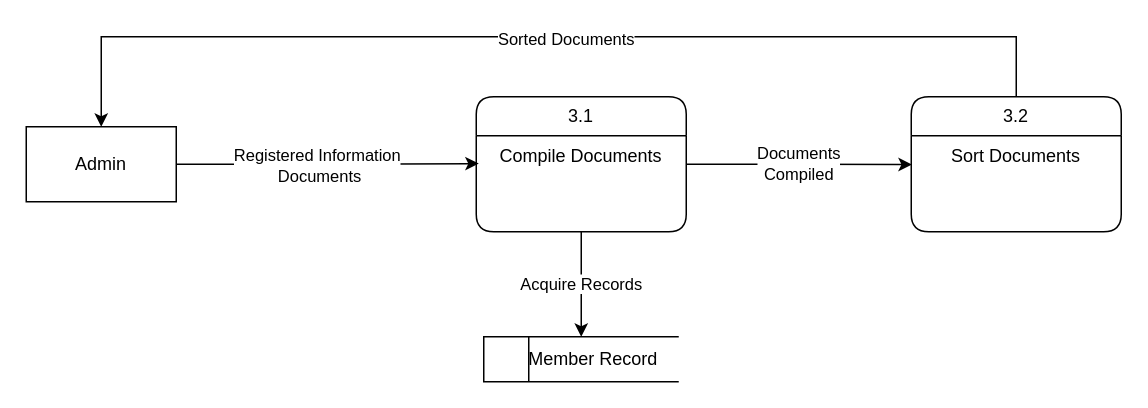
FacundoBnts/app-dev keeps this draw.io diagram as page "Level 4 ( Manual Store)" (5 of 11) of Untitled Diagram.drawio. Above is the earlier version. Source tidied: cells renumbered, new cells numbered last; positions are measured from the earlier drawing's top-left corner, leaving out a move shared by most shapes. Both pictures are drawn from the tidied source at 150%, with x=0, y=0 at pixel (26, 36).
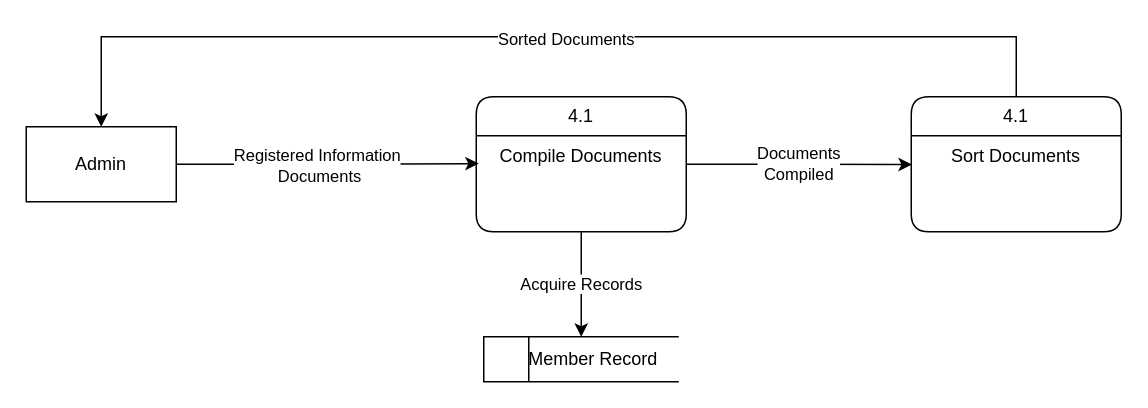
The same page after the edit.

Diff of the diagram source:
```diff
@@
 <mxGraphModel>
   <root>
     <mxCell id="0" />
     <mxCell id="1" parent="0" />
     <mxCell id="2" value="Admin" style="html=1;dashed=0;whiteSpace=wrap;" parent="1" vertex="1">
       <mxGeometry y="60" width="100" height="50" as="geometry" />
     </mxCell>
     <mxCell id="3" style="edgeStyle=orthogonalEdgeStyle;rounded=0;jettySize=auto;html=1;entryX=0.5;entryY=0;entryDx=0;entryDy=0;" parent="1" edge="1" source="5" target="2">
       <mxGeometry relative="1" as="geometry">
         <Array as="points">
           <mxPoint x="660" />
           <mxPoint x="50" />
         </Array>
       </mxGeometry>
     </mxCell>
     <mxCell id="4" value="Sorted Documents" style="edgeLabel;html=1;align=center;verticalAlign=middle;" parent="3" vertex="1">
       <mxGeometry x="-0.04" y="1" relative="1" as="geometry" />
     </mxCell>
-    <mxCell id="5" value="&lt;div&gt;3.2&lt;/div&gt;" style="swimlane;fontStyle=0;horizontal=1;startSize=26;fillColor=none;whiteSpace=wrap;html=1;rounded=1;" parent="1" vertex="1">
+    <mxCell id="5" value="4.1" style="swimlane;fontStyle=0;horizontal=1;startSize=26;fillColor=none;whiteSpace=wrap;html=1;rounded=1;" parent="1" vertex="1">
       <mxGeometry x="590" y="40" width="140" height="90" as="geometry" />
     </mxCell>
     <mxCell id="6" value="Sort Documents" style="text;strokeColor=none;fillColor=none;align=center;verticalAlign=top;spacingLeft=4;spacingRight=4;overflow=hidden;points=[[0,0.5],[1,0.5]];portConstraint=eastwest;whiteSpace=wrap;html=1;" parent="5" vertex="1">
       <mxGeometry y="26" width="140" height="64" as="geometry" />
     </mxCell>
     <mxCell id="7" value="Acquire Records" style="edgeStyle=orthogonalEdgeStyle;rounded=0;jettySize=auto;html=1;exitX=0.5;exitY=1;exitDx=0;exitDy=0;entryX=0.5;entryY=0;entryDx=0;entryDy=0;" parent="1" edge="1" source="8" target="10">
       <mxGeometry relative="1" as="geometry" />
     </mxCell>
-    <mxCell id="8" value="3.1" style="swimlane;fontStyle=0;horizontal=1;startSize=26;fillColor=none;whiteSpace=wrap;html=1;rounded=1;" parent="1" vertex="1">
+    <mxCell id="8" value="4.1" style="swimlane;fontStyle=0;horizontal=1;startSize=26;fillColor=none;whiteSpace=wrap;html=1;rounded=1;" parent="1" vertex="1">
       <mxGeometry x="300" y="40" width="140" height="90" as="geometry" />
     </mxCell>
     <mxCell id="9" value="&lt;div align=&quot;center&quot;&gt;Compile Documents&lt;/div&gt;" style="text;strokeColor=none;fillColor=none;align=center;verticalAlign=top;spacingLeft=4;spacingRight=4;overflow=hidden;points=[[0,0.5],[1,0.5]];portConstraint=eastwest;whiteSpace=wrap;html=1;" parent="8" vertex="1">
       <mxGeometry y="26" width="140" height="64" as="geometry" />
     </mxCell>
     <mxCell id="10" value="&lt;div align=&quot;center&quot;&gt;&amp;nbsp;&amp;nbsp;&amp;nbsp; Member Record&lt;/div&gt;" style="html=1;dashed=0;whiteSpace=wrap;shape=mxgraph.dfd.dataStoreID;align=center;spacingLeft=3;points=[[0,0],[0.5,0],[1,0],[0,0.5],[1,0.5],[0,1],[0.5,1],[1,1]];" parent="1" vertex="1">
       <mxGeometry x="305" y="200" width="130" height="30" as="geometry" />
     </mxCell>
     <mxCell id="11" style="edgeStyle=orthogonalEdgeStyle;rounded=0;jettySize=auto;html=1;exitX=1;exitY=0.5;exitDx=0;exitDy=0;entryX=0.012;entryY=0.29;entryDx=0;entryDy=0;entryPerimeter=0;" parent="1" edge="1" source="2" target="9">
       <mxGeometry relative="1" as="geometry" />
     </mxCell>
     <mxCell id="12" value="&lt;div&gt;Registered Information&lt;/div&gt;&lt;div&gt;&amp;nbsp;Documents&lt;/div&gt;" style="edgeLabel;html=1;align=center;verticalAlign=middle;" parent="11" vertex="1">
       <mxGeometry x="-0.08" relative="1" as="geometry" />
     </mxCell>
     <mxCell id="13" value="&lt;div&gt;Documents&lt;/div&gt;&lt;div&gt;Compiled&lt;br&gt;&lt;/div&gt;" style="edgeStyle=orthogonalEdgeStyle;rounded=0;jettySize=auto;html=1;entryX=0.003;entryY=0.3;entryDx=0;entryDy=0;entryPerimeter=0;" parent="1" edge="1" source="8" target="6">
       <mxGeometry x="-0.01" relative="1" as="geometry" />
     </mxCell>
   </root>
 </mxGraphModel>
```
